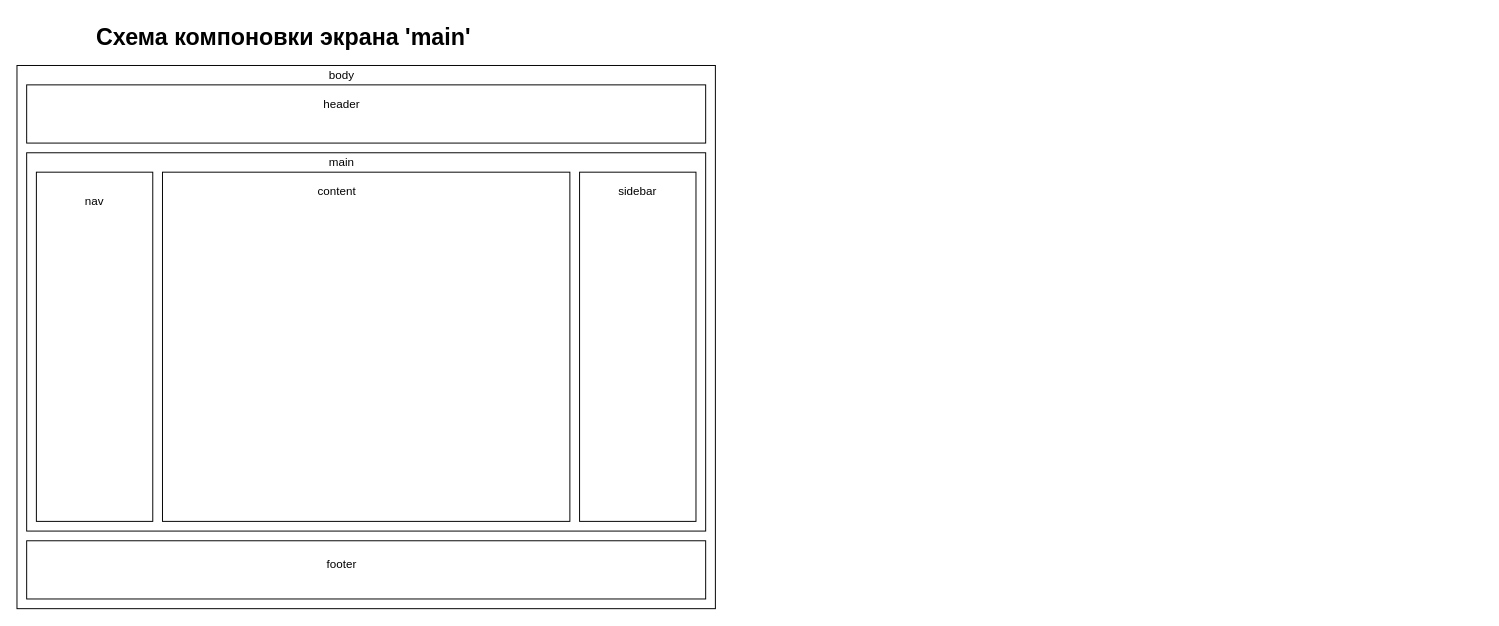
Earlier version of the draw.io diagram web-client/main-maket/main.drawio (AndrewNizovkin/geocalculator). Source tidied: cells renumbered, new cells numbered last; positions are measured from the earlier drawing's top-left corner, leaving out a move shared by most shapes. Both pictures are drawn from the tidied source at 97%, with x=0, y=0 at pixel (16, 16).
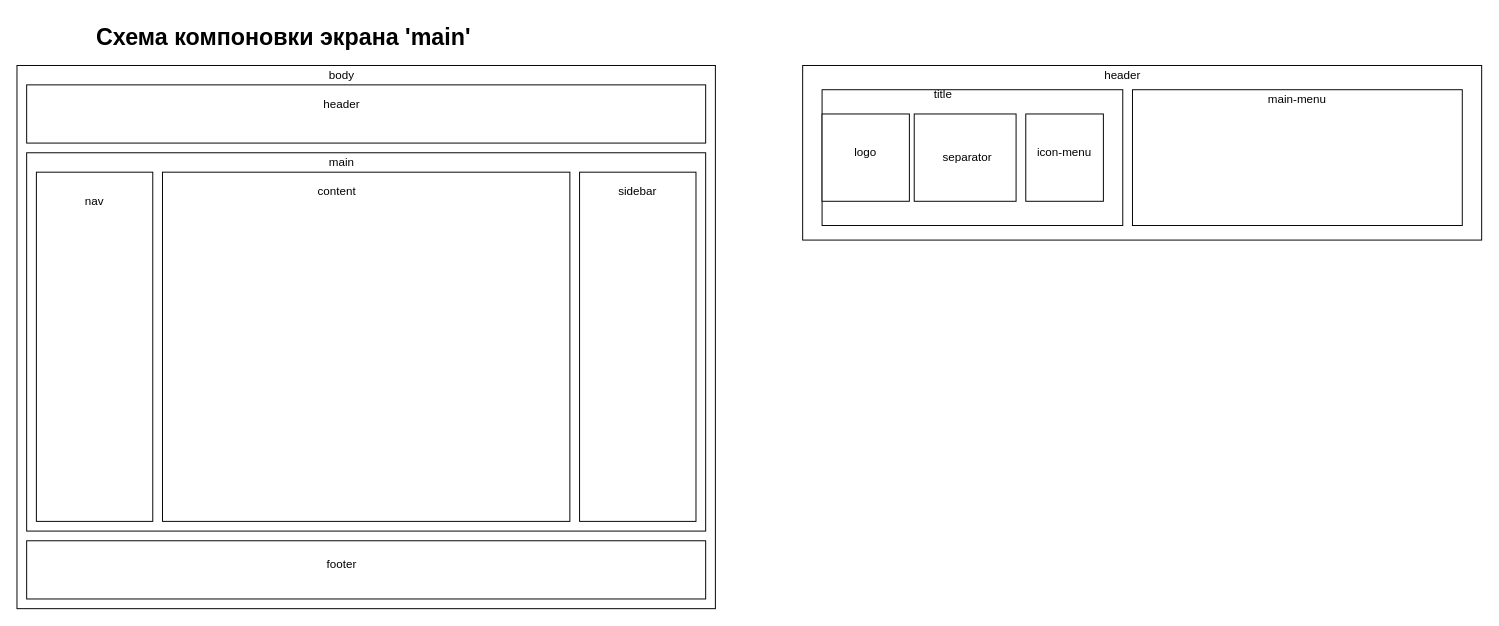
The same diagram, later.

Commit message (it also covers changes not shown here):
Add: created adaptive main menu

Diff of the diagram source:
```diff
@@
+    <mxCell id="17" style="rounded=0;whiteSpace=wrap;html=1;" parent="1" vertex="1">
+      <mxGeometry x="810" y="50" width="700" height="180" as="geometry" />
+    </mxCell>
+    <mxCell id="18" value="header" style="text;html=1;whiteSpace=wrap;strokeColor=none;fillColor=none;align=center;verticalAlign=middle;rounded=0;" parent="1" vertex="1">
+      <mxGeometry x="1110" y="50" width="60" height="20" as="geometry" />
+    </mxCell>
+    <mxCell id="19" style="rounded=0;whiteSpace=wrap;html=1;" parent="1" vertex="1">
+      <mxGeometry x="830" y="75" width="310" height="140" as="geometry" />
+    </mxCell>
+    <mxCell id="20" style="rounded=0;whiteSpace=wrap;html=1;" parent="1" vertex="1">
+      <mxGeometry x="1150" y="75" width="340" height="140" as="geometry" />
+    </mxCell>
+    <mxCell id="21" value="main-menu" style="text;html=1;whiteSpace=wrap;strokeColor=none;fillColor=none;align=center;verticalAlign=middle;rounded=0;" parent="1" vertex="1">
+      <mxGeometry x="1265" y="75" width="110" height="20" as="geometry" />
+    </mxCell>
+    <mxCell id="22" value="title" style="text;html=1;whiteSpace=wrap;strokeColor=none;fillColor=none;align=center;verticalAlign=middle;rounded=0;" parent="1" vertex="1">
+      <mxGeometry x="900" y="70" width="110" height="20" as="geometry" />
+    </mxCell>
+    <mxCell id="23" style="rounded=0;whiteSpace=wrap;html=1;" parent="1" vertex="1">
+      <mxGeometry x="830" y="100" width="90" height="90" as="geometry" />
+    </mxCell>
+    <mxCell id="24" style="rounded=0;whiteSpace=wrap;html=1;" parent="1" vertex="1">
+      <mxGeometry x="1040" y="100" width="80" height="90" as="geometry" />
+    </mxCell>
+    <mxCell id="25" value="logo" style="text;html=1;whiteSpace=wrap;strokeColor=none;fillColor=none;align=center;verticalAlign=middle;rounded=0;" parent="1" vertex="1">
+      <mxGeometry x="850" y="130" width="50" height="20" as="geometry" />
+    </mxCell>
+    <mxCell id="26" value="icon-menu" style="text;html=1;whiteSpace=wrap;strokeColor=none;fillColor=none;align=center;verticalAlign=middle;rounded=0;" parent="1" vertex="1">
+      <mxGeometry x="1040" y="130" width="80" height="20" as="geometry" />
+    </mxCell>
+    <mxCell id="27" style="rounded=0;whiteSpace=wrap;html=1;" parent="1" vertex="1">
+      <mxGeometry x="925" y="100" width="105" height="90" as="geometry" />
+    </mxCell>
+    <mxCell id="28" value="separator" style="text;html=1;whiteSpace=wrap;strokeColor=none;fillColor=none;align=center;verticalAlign=middle;rounded=0;" parent="1" vertex="1">
+      <mxGeometry x="950" y="135" width="60" height="20" as="geometry" />
+    </mxCell>
```
